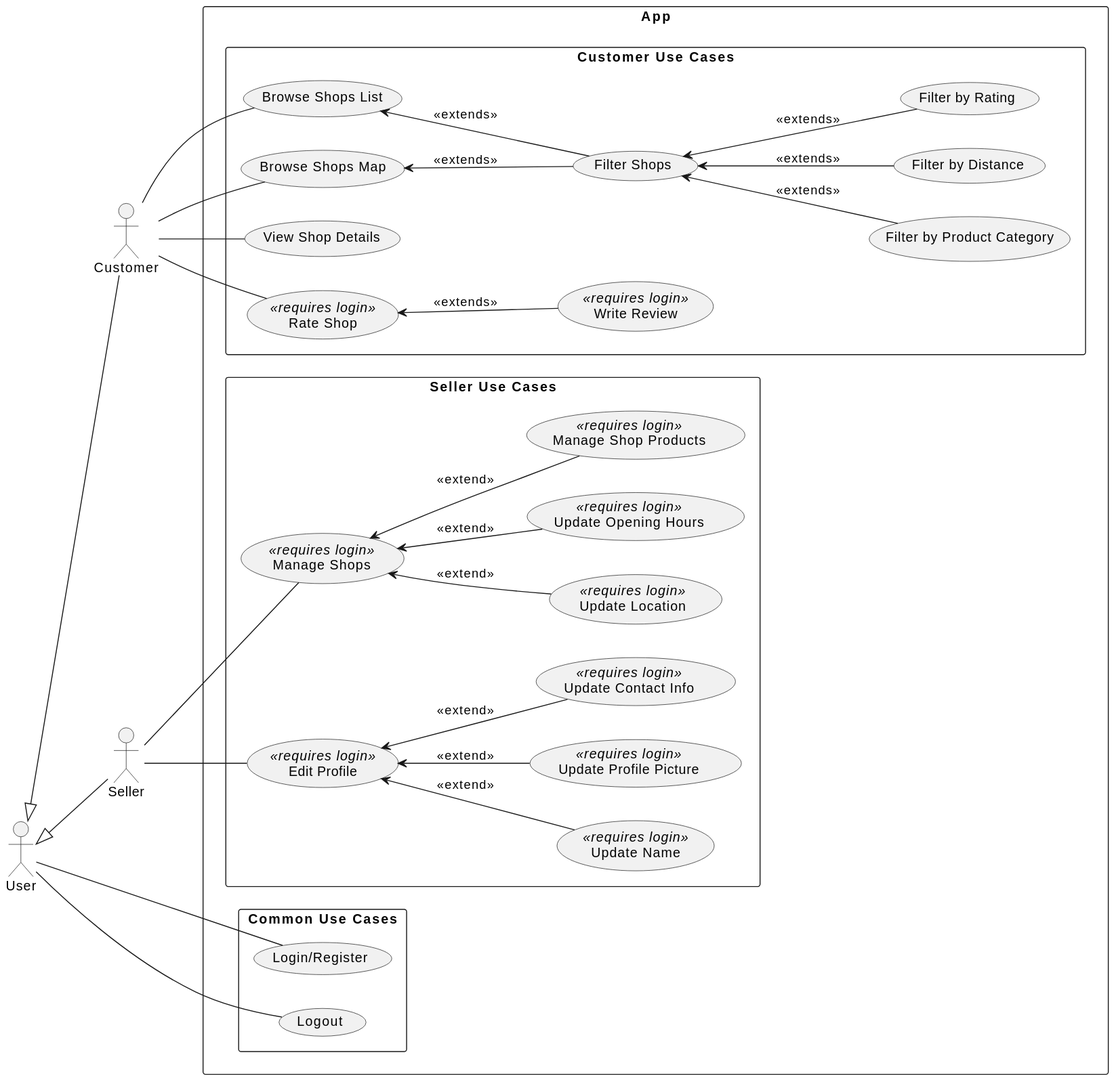
Above: docs/diagram-img/use_case_diagram.svg in tondracek/my-farmer (PlantUML), before the change.
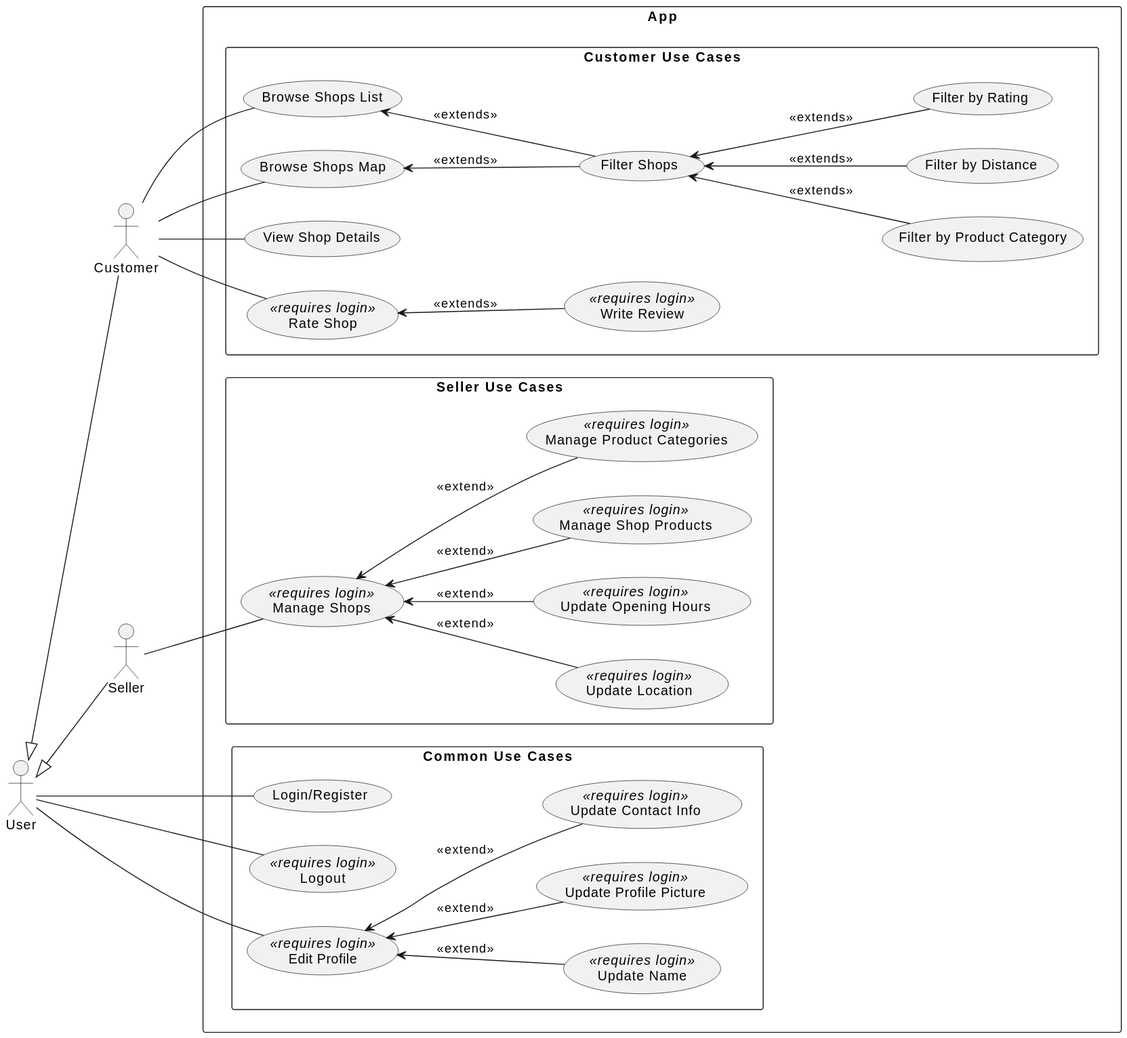
Above is the later version.

Commit message:
🖼️ Auto-update UML diagrams

Change to the diagram source:
```diff
@@ -14,10 +14,22 @@
   rectangle "Common Use Cases" {
 
     usecase "Login/Register" as LoginRegisterCustomer
-    usecase "Logout" as LogoutCustomer
+    usecase "Logout" as LogoutCustomer <<requires login>>
 
     User -- LoginRegisterCustomer
     User -- LogoutCustomer
+
+    usecase "Edit Profile" as EditProfile <<requires login>>
+
+    usecase "Update Name" as UpdateName <<requires login>>
+    usecase "Update Profile Picture" as UpdateProfilePicture <<requires login>>
+    usecase "Update Contact Info" as UpdateContactInfo <<requires login>>
+
+    User -- EditProfile
+
+    EditProfile <-- UpdateName : <<extend>>
+    EditProfile <-- UpdateProfilePicture : <<extend>>
+    EditProfile <-- UpdateContactInfo : <<extend>>
   }
 
   rectangle "Customer Use Cases" {
@@ -57,24 +69,14 @@
     usecase "Update Location" as UpdateLocation <<requires login>>
     usecase "Update Opening Hours" as UpdateOpeningHours <<requires login>>
     usecase "Manage Shop Products" as ManageShopProducts <<requires login>>
-
-    usecase "Edit Profile" as EditProfile <<requires login>>
-
-    usecase "Update Name" as UpdateName <<requires login>>
-    usecase "Update Profile Picture" as UpdateProfilePicture <<requires login>>
-    usecase "Update Contact Info" as UpdateContactInfo <<requires login>>
+    usecase "Manage Product Categories" as ManageProductCategories <<requires login>>
 
     Seller -- ManageShops
 
     ManageShops <-- UpdateLocation : <<extend>>
     ManageShops <-- UpdateOpeningHours : <<extend>>
     ManageShops <-- ManageShopProducts : <<extend>>
-
-    Seller -- EditProfile
-
-    EditProfile <-- UpdateName : <<extend>>
-    EditProfile <-- UpdateProfilePicture : <<extend>>
-    EditProfile <-- UpdateContactInfo : <<extend>>
+    ManageShops <-- ManageProductCategories : <<extend>>
   }
 }
 @enduml
```
